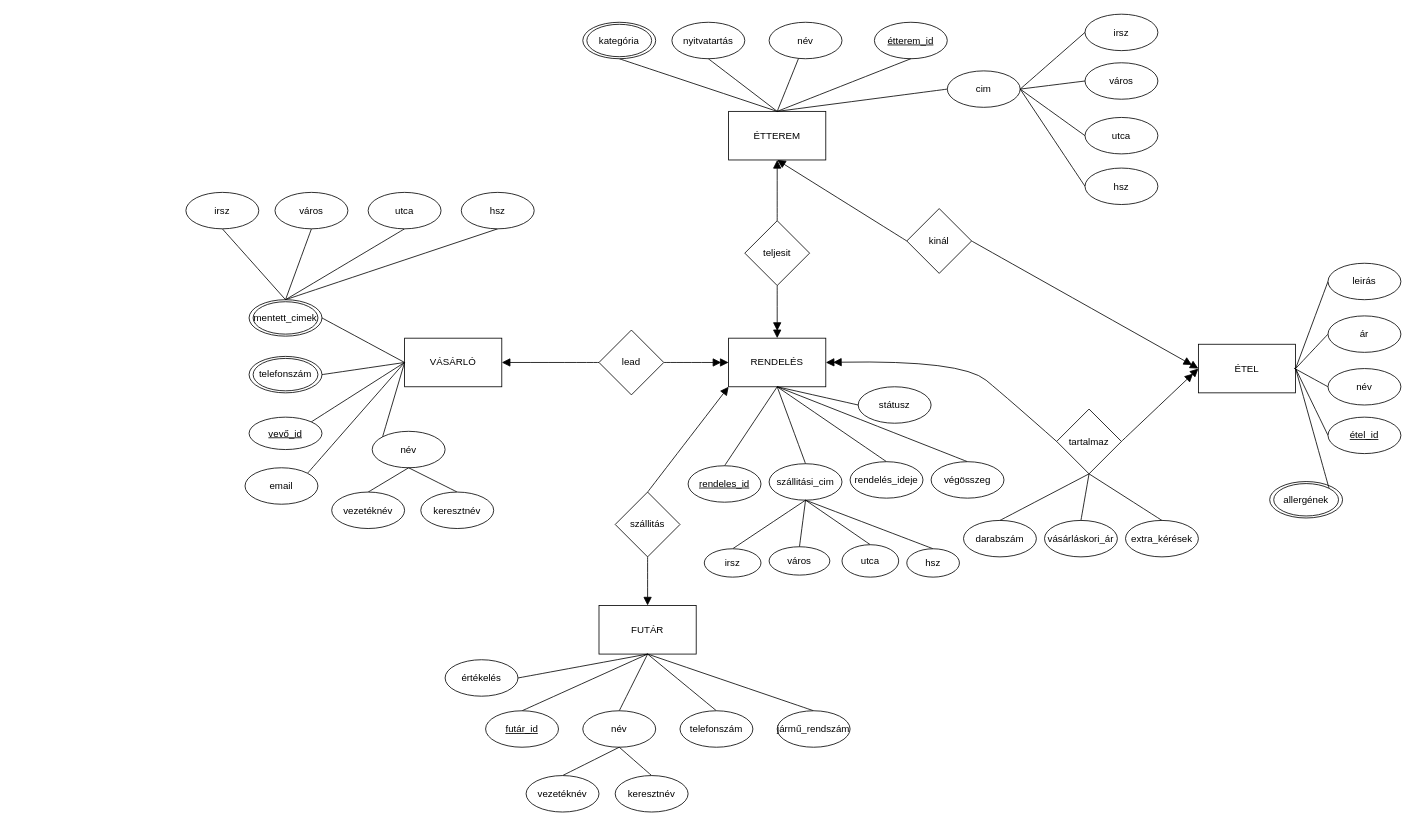
This is GH5OGN_XMLTask/GH5OGN_ER.drawio from ballaleventedavid/GH5OGNWebXML, a draw.io file, before an edit. Source tidied: cells renumbered, new cells numbered last; positions are measured from the earlier drawing's top-left corner, leaving out a move shared by most shapes. Both pictures are drawn from the tidied source at 81%, with x=0, y=0 at pixel (185, 14).
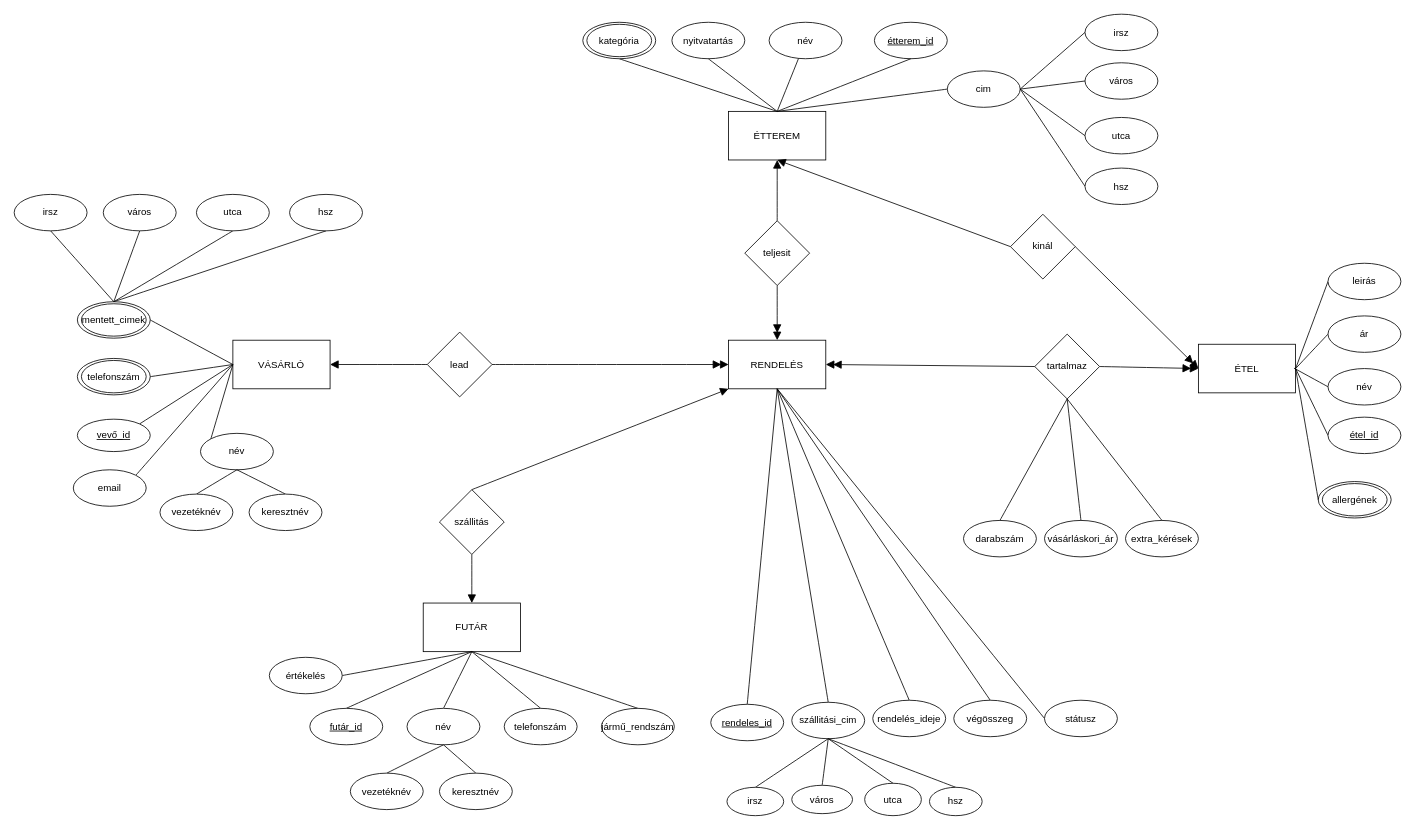
After the change.

Unchanged cells that the change refers to:
```xml
<mxCell id="4" value="ÉTTEREM" style="rounded=0;whiteSpace=wrap;html=1;" parent="1" vertex="1">
  <mxGeometry x="670" y="120" width="120" height="60" as="geometry" />
</mxCell>
<mxCell id="5" value="ÉTEL" style="rounded=0;whiteSpace=wrap;html=1;" parent="1" vertex="1">
  <mxGeometry x="1250" y="407.5" width="120" height="60" as="geometry" />
</mxCell>
```

Change to the diagram source:
```diff
@@
     <mxCell id="2" value="RENDELÉS" style="rounded=0;whiteSpace=wrap;html=1;" parent="1" vertex="1">
-      <mxGeometry x="670" y="400" width="120" height="60" as="geometry" />
+      <mxGeometry x="670" y="402.5" width="120" height="60" as="geometry" />
     </mxCell>
     <mxCell id="3" value="VÁSÁRLÓ" style="rounded=0;whiteSpace=wrap;html=1;" parent="1" vertex="1">
-      <mxGeometry x="270" y="400" width="120" height="60" as="geometry" />
+      <mxGeometry x="58" y="402.5" width="120" height="60" as="geometry" />
     </mxCell>
@@
     <mxCell id="6" value="FUTÁR" style="rounded=0;whiteSpace=wrap;html=1;" parent="1" vertex="1">
-      <mxGeometry x="510" y="730" width="120" height="60" as="geometry" />
+      <mxGeometry x="293" y="727" width="120" height="60" as="geometry" />
     </mxCell>
@@
     <mxCell id="8" value="&lt;u&gt;&lt;font&gt;vevő_id&lt;/font&gt;&lt;/u&gt;" style="ellipse;whiteSpace=wrap;html=1;" parent="1" vertex="1">
-      <mxGeometry x="78" y="497.5" width="90" height="40" as="geometry" />
+      <mxGeometry x="-134" y="500" width="90" height="40" as="geometry" />
     </mxCell>
@@
     <mxCell id="10" value="név" style="ellipse;whiteSpace=wrap;html=1;" parent="1" vertex="1">
-      <mxGeometry x="230" y="515" width="90" height="45" as="geometry" />
+      <mxGeometry x="18" y="517.5" width="90" height="45" as="geometry" />
     </mxCell>
@@
     <mxCell id="12" value="vezetéknév" style="ellipse;whiteSpace=wrap;html=1;" parent="1" vertex="1">
-      <mxGeometry x="180" y="590" width="90" height="45" as="geometry" />
+      <mxGeometry x="-32" y="592.5" width="90" height="45" as="geometry" />
     </mxCell>
@@
     <mxCell id="14" value="keresztnév" style="ellipse;whiteSpace=wrap;html=1;" parent="1" vertex="1">
-      <mxGeometry x="290" y="590" width="90" height="45" as="geometry" />
+      <mxGeometry x="78" y="592.5" width="90" height="45" as="geometry" />
     </mxCell>
@@
     <mxCell id="16" value="email" style="ellipse;whiteSpace=wrap;html=1;" parent="1" vertex="1">
-      <mxGeometry x="73" y="560" width="90" height="45" as="geometry" />
+      <mxGeometry x="-139" y="562.5" width="90" height="45" as="geometry" />
     </mxCell>
@@
     <mxCell id="19" value="&lt;div&gt;&lt;br&gt;&lt;/div&gt;" style="ellipse;whiteSpace=wrap;html=1;" parent="1" vertex="1">
-      <mxGeometry x="78" y="352.5" width="90" height="45" as="geometry" />
+      <mxGeometry x="-134" y="355" width="90" height="45" as="geometry" />
     </mxCell>
     <mxCell id="20" value="mentett_cimek" style="ellipse;whiteSpace=wrap;html=1;" parent="1" vertex="1">
-      <mxGeometry x="83" y="355" width="80" height="40" as="geometry" />
+      <mxGeometry x="-129" y="357.5" width="80" height="40" as="geometry" />
     </mxCell>
@@
     <mxCell id="22" value="irsz" style="ellipse;whiteSpace=wrap;html=1;" parent="1" vertex="1">
-      <mxGeometry y="220" width="90" height="45" as="geometry" />
+      <mxGeometry x="-212" y="222.5" width="90" height="45" as="geometry" />
     </mxCell>
@@
     <mxCell id="24" value="város" style="ellipse;whiteSpace=wrap;html=1;" parent="1" vertex="1">
-      <mxGeometry x="110" y="220" width="90" height="45" as="geometry" />
+      <mxGeometry x="-102" y="222.5" width="90" height="45" as="geometry" />
     </mxCell>
@@
     <mxCell id="26" value="utca" style="ellipse;whiteSpace=wrap;html=1;" parent="1" vertex="1">
-      <mxGeometry x="225" y="220" width="90" height="45" as="geometry" />
+      <mxGeometry x="13" y="222.5" width="90" height="45" as="geometry" />
     </mxCell>
     <mxCell id="27" value="hsz" style="ellipse;whiteSpace=wrap;html=1;" parent="1" vertex="1">
-      <mxGeometry x="340" y="220" width="90" height="45" as="geometry" />
+      <mxGeometry x="128" y="222.5" width="90" height="45" as="geometry" />
     </mxCell>
@@
     <mxCell id="38" value="&lt;div&gt;&lt;br&gt;&lt;/div&gt;" style="ellipse;whiteSpace=wrap;html=1;" parent="1" vertex="1">
-      <mxGeometry x="78" y="422.5" width="90" height="45" as="geometry" />
+      <mxGeometry x="-134" y="425" width="90" height="45" as="geometry" />
     </mxCell>
     <mxCell id="39" value="&lt;div&gt;telefonszám&lt;/div&gt;" style="ellipse;whiteSpace=wrap;html=1;" parent="1" vertex="1">
-      <mxGeometry x="83" y="425" width="80" height="40" as="geometry" />
+      <mxGeometry x="-129" y="427.5" width="80" height="40" as="geometry" />
     </mxCell>
@@
     <mxCell id="55" value="&lt;div&gt;&lt;br&gt;&lt;/div&gt;" style="ellipse;whiteSpace=wrap;html=1;" parent="1" vertex="1">
-      <mxGeometry x="1338" y="577" width="90" height="45" as="geometry" />
+      <mxGeometry x="1398" y="577" width="90" height="45" as="geometry" />
     </mxCell>
-    <mxCell id="56" style="edgeStyle=none;curved=1;rounded=0;jettySize=auto;html=1;exitX=1;exitY=0;exitDx=0;exitDy=0;entryX=1;entryY=0.5;entryDx=0;entryDy=0;fontSize=12;startSize=8;endSize=8;endArrow=none;endFill=0;" parent="1" edge="1" source="57" target="5">
+    <mxCell id="56" style="edgeStyle=none;curved=1;rounded=0;jettySize=auto;html=1;exitX=0;exitY=0.5;exitDx=0;exitDy=0;entryX=1;entryY=0.5;entryDx=0;entryDy=0;fontSize=12;startSize=8;endSize=8;endArrow=none;endFill=0;" parent="1" edge="1" source="55" target="5">
       <mxGeometry relative="1" as="geometry" />
     </mxCell>
     <mxCell id="57" value="&lt;div&gt;allergének&lt;/div&gt;" style="ellipse;whiteSpace=wrap;html=1;" parent="1" vertex="1">
-      <mxGeometry x="1343" y="579.5" width="80" height="40" as="geometry" />
+      <mxGeometry x="1403" y="579.5" width="80" height="40" as="geometry" />
     </mxCell>
@@
     <mxCell id="59" value="&lt;div&gt;&lt;u&gt;futár_id&lt;/u&gt;&lt;/div&gt;" style="ellipse;whiteSpace=wrap;html=1;" parent="1" vertex="1">
-      <mxGeometry x="370" y="860" width="90" height="45" as="geometry" />
+      <mxGeometry x="153" y="857" width="90" height="45" as="geometry" />
     </mxCell>
@@
     <mxCell id="61" value="név" style="ellipse;whiteSpace=wrap;html=1;" parent="1" vertex="1">
-      <mxGeometry x="490" y="860" width="90" height="45" as="geometry" />
+      <mxGeometry x="273" y="857" width="90" height="45" as="geometry" />
     </mxCell>
@@
     <mxCell id="63" value="vezetéknév" style="ellipse;whiteSpace=wrap;html=1;" parent="1" vertex="1">
-      <mxGeometry x="420" y="940" width="90" height="45" as="geometry" />
+      <mxGeometry x="203" y="937" width="90" height="45" as="geometry" />
     </mxCell>
@@
     <mxCell id="65" value="keresztnév" style="ellipse;whiteSpace=wrap;html=1;" parent="1" vertex="1">
-      <mxGeometry x="530" y="940" width="90" height="45" as="geometry" />
+      <mxGeometry x="313" y="937" width="90" height="45" as="geometry" />
     </mxCell>
@@
     <mxCell id="67" value="telefonszám" style="ellipse;whiteSpace=wrap;html=1;" parent="1" vertex="1">
-      <mxGeometry x="610" y="860" width="90" height="45" as="geometry" />
+      <mxGeometry x="393" y="857" width="90" height="45" as="geometry" />
     </mxCell>
@@
     <mxCell id="69" value="jármű_rendszám" style="ellipse;whiteSpace=wrap;html=1;" parent="1" vertex="1">
-      <mxGeometry x="730" y="860" width="90" height="45" as="geometry" />
+      <mxGeometry x="513" y="857" width="90" height="45" as="geometry" />
     </mxCell>
@@
     <mxCell id="71" value="értékelés" style="ellipse;whiteSpace=wrap;html=1;" parent="1" vertex="1">
-      <mxGeometry x="320" y="797" width="90" height="45" as="geometry" />
+      <mxGeometry x="103" y="794" width="90" height="45" as="geometry" />
     </mxCell>
@@
     <mxCell id="74" value="lead" style="rhombus;whiteSpace=wrap;html=1;" parent="1" vertex="1">
-      <mxGeometry x="510" y="390" width="80" height="80" as="geometry" />
+      <mxGeometry x="298" y="392.5" width="80" height="80" as="geometry" />
     </mxCell>
-    <mxCell id="75" style="edgeStyle=none;curved=1;rounded=0;jettySize=auto;html=1;exitX=0;exitY=0.5;exitDx=0;exitDy=0;entryX=0.5;entryY=1;entryDx=0;entryDy=0;fontSize=12;startSize=8;endSize=8;endArrow=block;endFill=1;" parent="1" edge="1" source="77" target="4">
+    <mxCell id="75" style="rounded=0;jettySize=auto;html=1;entryX=0.5;entryY=1;entryDx=0;entryDy=0;fontSize=12;startSize=8;endSize=8;endArrow=block;endFill=1;exitX=0;exitY=0.5;exitDx=0;exitDy=0;" parent="1" edge="1" source="77" target="4">
       <mxGeometry relative="1" as="geometry" />
     </mxCell>
-    <mxCell id="76" style="edgeStyle=none;curved=1;rounded=0;jettySize=auto;html=1;exitX=1;exitY=0.5;exitDx=0;exitDy=0;entryX=0;entryY=0.5;entryDx=0;entryDy=0;fontSize=12;startSize=8;endSize=8;endArrow=doubleBlock;endFill=1;" parent="1" edge="1" source="77" target="5">
+    <mxCell id="76" style="rounded=0;jettySize=auto;html=1;exitX=1;exitY=0.5;exitDx=0;exitDy=0;entryX=0;entryY=0.5;entryDx=0;entryDy=0;fontSize=12;startSize=8;endSize=8;endArrow=doubleBlock;endFill=1;" parent="1" edge="1" source="77" target="5">
       <mxGeometry relative="1" as="geometry" />
     </mxCell>
     <mxCell id="77" value="kinál" style="rhombus;whiteSpace=wrap;html=1;" parent="1" vertex="1">
-      <mxGeometry x="890" y="240" width="80" height="80" as="geometry" />
+      <mxGeometry x="1018" y="247" width="80" height="80" as="geometry" />
     </mxCell>
@@
     <mxCell id="83" value="szállitás" style="rhombus;whiteSpace=wrap;html=1;" parent="1" vertex="1">
-      <mxGeometry x="530" y="590" width="80" height="80" as="geometry" />
+      <mxGeometry x="313" y="587" width="80" height="80" as="geometry" />
     </mxCell>
@@
-    <mxCell id="85" style="edgeStyle=none;curved=1;rounded=0;jettySize=auto;html=1;exitX=0;exitY=0.5;exitDx=0;exitDy=0;entryX=1;entryY=0.5;entryDx=0;entryDy=0;fontSize=12;startSize=8;endSize=8;endArrow=doubleBlock;endFill=1;" parent="1" edge="1" source="86" target="2">
-      <mxGeometry relative="1" as="geometry">
-        <Array as="points">
-          <mxPoint x="1018" y="477" />
-          <mxPoint x="958" y="427" />
-        </Array>
-      </mxGeometry>
+    <mxCell id="85" style="rounded=0;jettySize=auto;html=1;exitX=0;exitY=0.5;exitDx=0;exitDy=0;entryX=1;entryY=0.5;entryDx=0;entryDy=0;fontSize=12;startSize=8;endSize=8;endArrow=doubleBlock;endFill=1;" parent="1" edge="1" source="86" target="2">
+      <mxGeometry relative="1" as="geometry" />
     </mxCell>
     <mxCell id="86" value="tartalmaz" style="rhombus;whiteSpace=wrap;html=1;" parent="1" vertex="1">
-      <mxGeometry x="1075" y="487.5" width="80" height="80" as="geometry" />
+      <mxGeometry x="1048" y="395" width="80" height="80" as="geometry" />
     </mxCell>
@@
     <mxCell id="94" value="&lt;u&gt;rendeles_id&lt;/u&gt;" style="ellipse;whiteSpace=wrap;html=1;" parent="1" vertex="1">
-      <mxGeometry x="620" y="557.5" width="90" height="45" as="geometry" />
+      <mxGeometry x="648" y="852" width="90" height="45" as="geometry" />
     </mxCell>
@@
     <mxCell id="96" value="szállitási_cim" style="ellipse;whiteSpace=wrap;html=1;" parent="1" vertex="1">
-      <mxGeometry x="720" y="555" width="90" height="45" as="geometry" />
+      <mxGeometry x="748" y="849.5" width="90" height="45" as="geometry" />
     </mxCell>
@@
     <mxCell id="98" value="rendelés_ideje" style="ellipse;whiteSpace=wrap;html=1;" parent="1" vertex="1">
-      <mxGeometry x="820" y="552.5" width="90" height="45" as="geometry" />
+      <mxGeometry x="848" y="847" width="90" height="45" as="geometry" />
     </mxCell>
@@
     <mxCell id="100" value="végösszeg" style="ellipse;whiteSpace=wrap;html=1;" parent="1" vertex="1">
-      <mxGeometry x="920" y="552.5" width="90" height="45" as="geometry" />
+      <mxGeometry x="948" y="847" width="90" height="45" as="geometry" />
     </mxCell>
@@
     <mxCell id="102" value="státusz" style="ellipse;whiteSpace=wrap;html=1;" parent="1" vertex="1">
-      <mxGeometry x="830" y="460" width="90" height="45" as="geometry" />
+      <mxGeometry x="1060" y="847" width="90" height="45" as="geometry" />
     </mxCell>
@@
     <mxCell id="104" value="város" style="ellipse;whiteSpace=wrap;html=1;" parent="1" vertex="1">
-      <mxGeometry x="720" y="657.5" width="75" height="35" as="geometry" />
+      <mxGeometry x="748" y="952" width="75" height="35" as="geometry" />
     </mxCell>
@@
     <mxCell id="106" value="utca" style="ellipse;whiteSpace=wrap;html=1;" parent="1" vertex="1">
-      <mxGeometry x="810" y="655" width="70" height="40" as="geometry" />
+      <mxGeometry x="838" y="949.5" width="70" height="40" as="geometry" />
     </mxCell>
@@
     <mxCell id="108" value="hsz" style="ellipse;whiteSpace=wrap;html=1;" parent="1" vertex="1">
-      <mxGeometry x="890" y="660" width="65" height="35" as="geometry" />
+      <mxGeometry x="918" y="954.5" width="65" height="35" as="geometry" />
     </mxCell>
@@
     <mxCell id="110" value="irsz" style="ellipse;whiteSpace=wrap;html=1;" parent="1" vertex="1">
-      <mxGeometry x="640" y="660" width="70" height="35" as="geometry" />
+      <mxGeometry x="668" y="954.5" width="70" height="35" as="geometry" />
     </mxCell>
```
